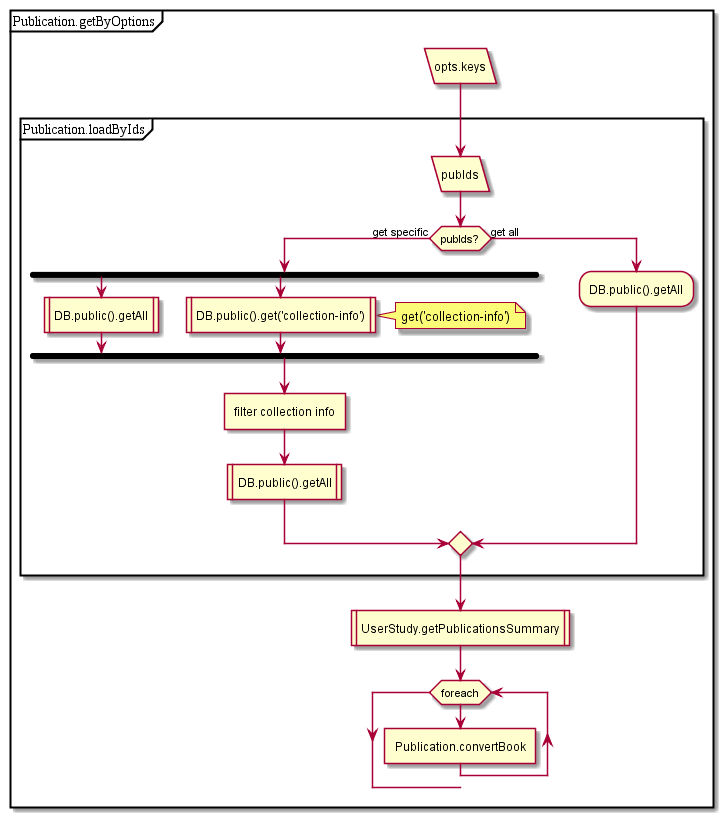
This is test2/diagrams/Publication.getByOptions.png from MaxXx1313/testwiki, a PlantUML export, as it was before one commit. The source it was exported from:
```plantuml
@startuml
partition Publication.getByOptions {
:opts.keys/
partition Publication.loadByIds {
:pubIds/
if(pubIds?) then (get specific)
fork
:DB.public().getAll|
fork again
:DB.public().get('collection-info')|
note right: get('collection-info')
endfork;
:filter collection info]
:DB.public().getAll|
else (get all)
:DB.public().getAll;
endif;
}
:UserStudy.getPublicationsSummary|
while (foreach)
:Publication.convertBook]
endwhile;
}
@enduml
```
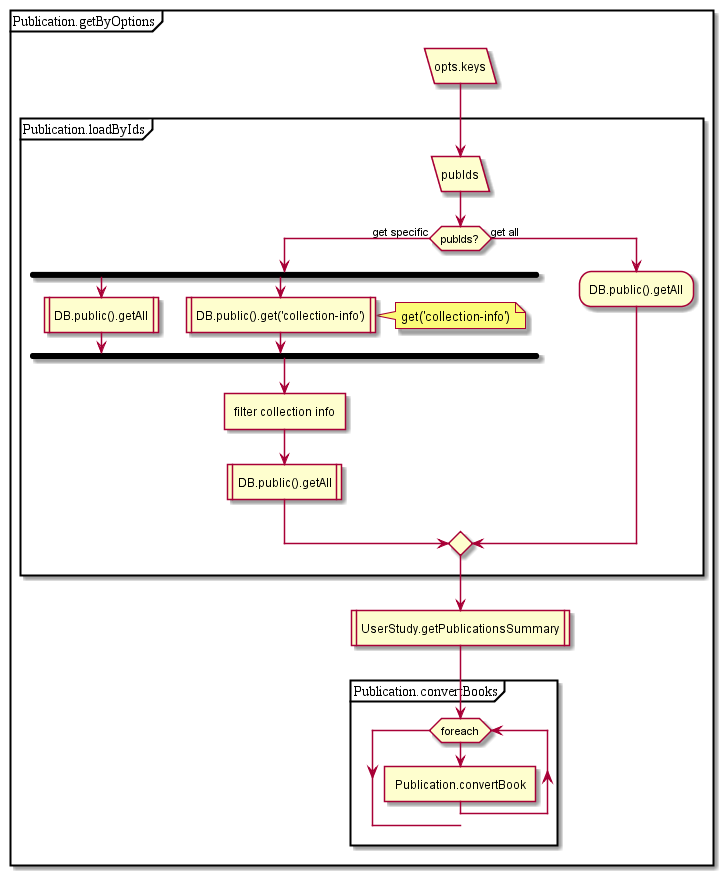
The same file after the commit.

What changed in the source:
```diff
@@ -17,8 +17,10 @@
 endif;
 }
 :UserStudy.getPublicationsSummary|
+partition Publication.convertBooks {
 while (foreach)
 :Publication.convertBook]
 endwhile;
 }
+}
 @enduml
```
